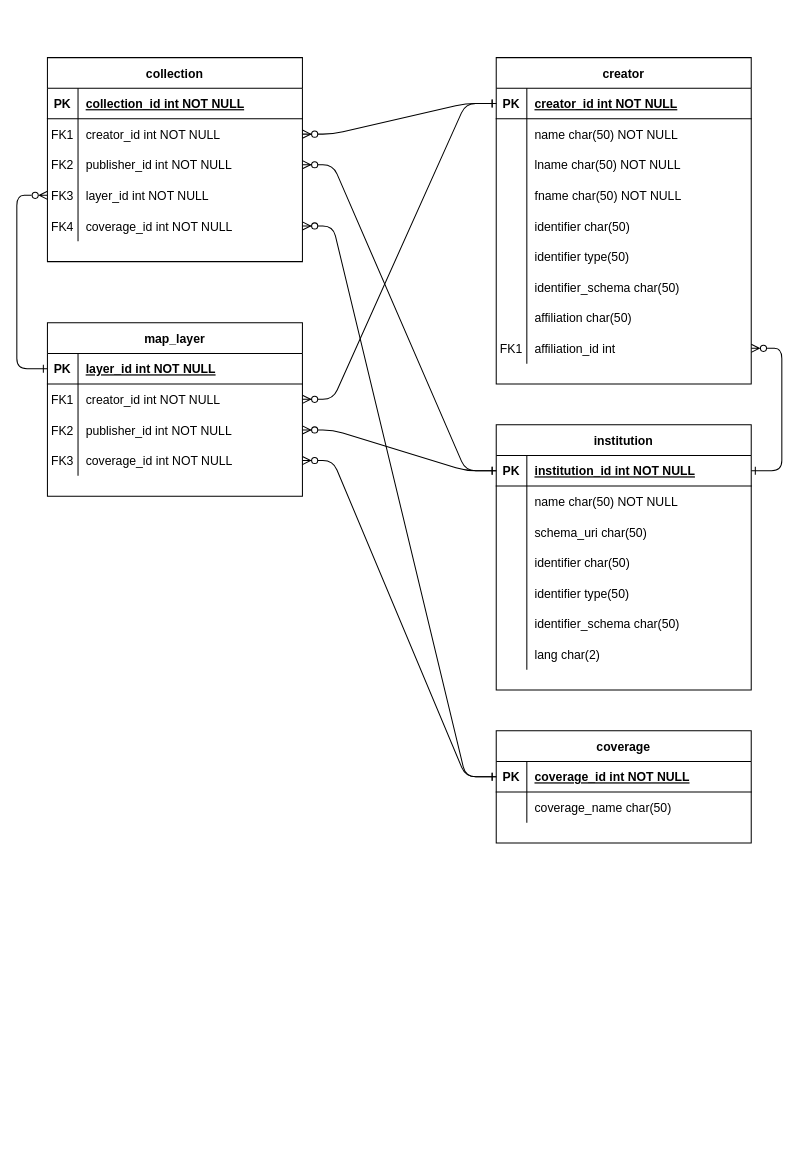
The draw.io diagram figures/relational_metadata.drawio in Geospatial-Digital-Special-Collections/docs, before the edit. Source tidied: cells renumbered, new cells numbered last; positions are measured from the earlier drawing's top-left corner, leaving out a move shared by most shapes. Both pictures are drawn from the tidied source at 102%, with x=0, y=0 at pixel (16, 57).
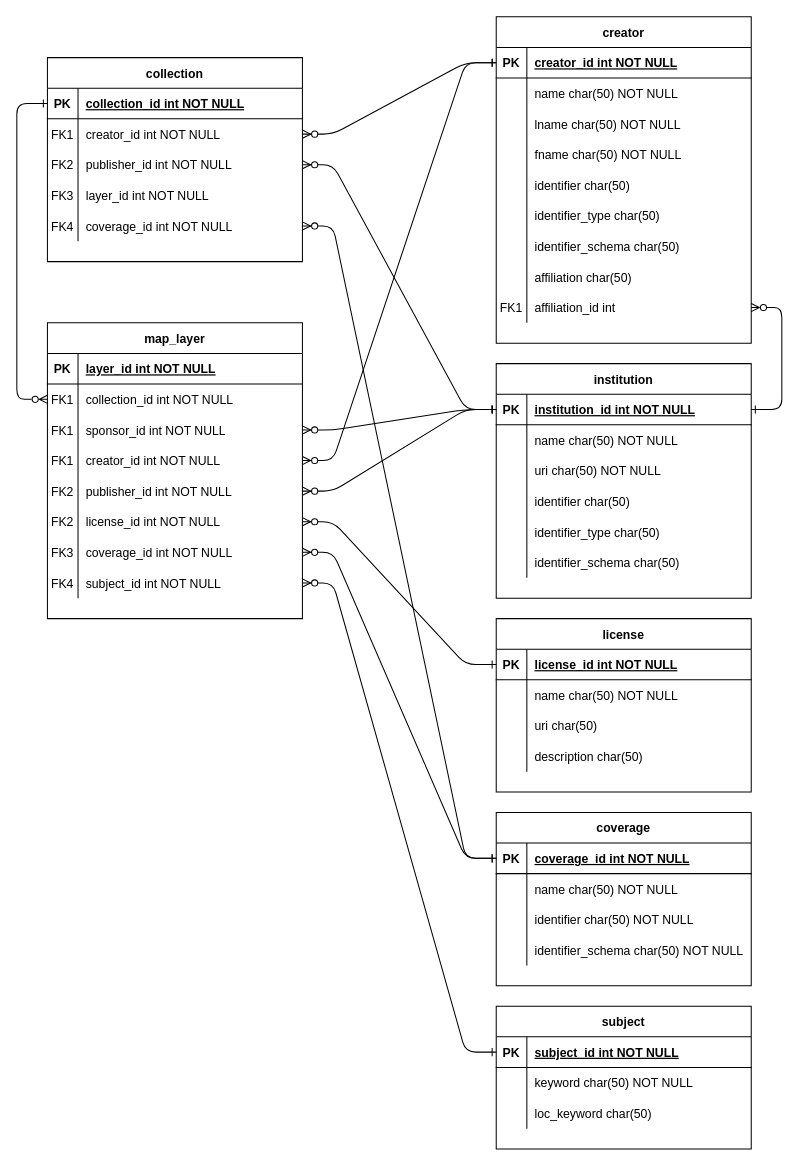
Above is the later version.

Unchanged cells that the change refers to:
```xml
<mxCell id="4" style="shape=partialRectangle;fillColor=none;points=[[0,0.5],[1,0.5]];portConstraint=eastwest;top=0;left=0;right=0;bottom=1;" parent="3" vertex="1">
  <mxGeometry y="30" width="250" height="30" as="geometry" />
</mxCell>
<mxCell id="7" style="shape=partialRectangle;fillColor=none;points=[[0,0.5],[1,0.5]];portConstraint=eastwest;top=0;left=0;right=0;bottom=0;" parent="3" vertex="1">
  <mxGeometry y="60" width="250" height="30" as="geometry" />
</mxCell>
<mxCell id="17" style="shape=partialRectangle;fillColor=none;points=[[0,0.5],[1,0.5]];portConstraint=eastwest;top=0;left=0;right=0;bottom=1;" parent="16" vertex="1">
  <mxGeometry y="30" width="250" height="30" as="geometry" />
</mxCell>
<mxCell id="26" style="shape=partialRectangle;fillColor=none;points=[[0,0.5],[1,0.5]];portConstraint=eastwest;top=0;left=0;right=0;bottom=0;" parent="16" vertex="1">
  <mxGeometry y="120" width="250" height="30" as="geometry" />
</mxCell>
<mxCell id="33" style="shape=partialRectangle;fillColor=none;points=[[0,0.5],[1,0.5]];portConstraint=eastwest;top=0;left=0;right=0;bottom=1;" parent="32" vertex="1">
  <mxGeometry y="30" width="250" height="30" as="geometry" />
</mxCell>
<mxCell id="48" style="shape=partialRectangle;fillColor=none;top=0;left=0;right=0;bottom=0;" parent="32" vertex="1">
  <mxGeometry y="180" width="250" height="30" as="geometry" />
</mxCell>
<mxCell id="61" style="shape=partialRectangle;fillColor=none;points=[[0,0.5],[1,0.5]];portConstraint=eastwest;top=0;left=0;right=0;bottom=1;" parent="60" vertex="1">
  <mxGeometry y="30" width="250" height="30" as="geometry" />
</mxCell>
<mxCell id="67" style="shape=partialRectangle;fillColor=none;top=0;left=0;right=0;bottom=0;" parent="60" vertex="1">
  <mxGeometry y="90" width="250" height="30" as="geometry" />
</mxCell>
<mxCell id="73" style="shape=partialRectangle;fillColor=none;top=0;left=0;right=0;bottom=0;" parent="60" vertex="1">
  <mxGeometry y="150" width="250" height="30" as="geometry" />
</mxCell>
<mxCell id="87" style="shape=partialRectangle;fillColor=none;top=0;left=0;right=0;bottom=0;" parent="83" vertex="1">
  <mxGeometry y="60" width="250" height="30" as="geometry" />
</mxCell>
```

Diff of the diagram source:
```diff
@@
-    <mxCell id="2" style="edgeStyle=entityRelationEdgeStyle;endArrow=ERzeroToMany;startArrow=ERone;endFill=1;startFill=0;" parent="1" edge="1" source="33" target="7">
+    <mxCell id="2" style="edgeStyle=entityRelationEdgeStyle;endArrow=ERzeroToMany;startArrow=ERone;endFill=1;startFill=0;entryX=1;entryY=0.5;entryDx=0;entryDy=0;" parent="1" edge="1" source="33" target="99">
       <mxGeometry relative="1" as="geometry" />
     </mxCell>
     <mxCell id="3" value="map_layer" style="shape=table;startSize=30;childLayout=tableLayout;rowLines=0;fontStyle=1;align=center;" parent="1" vertex="1">
-      <mxGeometry x="30" y="260" width="250" height="170" as="geometry" />
+      <mxGeometry x="30" y="260" width="250" height="290" as="geometry" />
     </mxCell>
@@
-    <mxCell id="9" value="creator_id int NOT NULL" style="shape=partialRectangle;overflow=hidden;fillColor=none;top=0;left=0;bottom=0;right=0;align=left;spacingLeft=6;" parent="7" vertex="1">
+    <mxCell id="9" value="collection_id int NOT NULL" style="shape=partialRectangle;overflow=hidden;fillColor=none;top=0;left=0;bottom=0;right=0;align=left;spacingLeft=6;" parent="7" vertex="1">
       <mxGeometry x="30" width="220" height="30" as="geometry" />
     </mxCell>
+    <mxCell id="96" style="shape=partialRectangle;fillColor=none;points=[[0,0.5],[1,0.5]];portConstraint=eastwest;top=0;left=0;right=0;bottom=0;" parent="3" vertex="1">
+      <mxGeometry y="90" width="250" height="30" as="geometry" />
+    </mxCell>
+    <mxCell id="97" value="FK1" style="shape=partialRectangle;overflow=hidden;fillColor=none;top=0;left=0;bottom=0;right=0;" parent="96" vertex="1">
+      <mxGeometry width="30" height="30" as="geometry" />
+    </mxCell>
+    <mxCell id="98" value="sponsor_id int NOT NULL" style="shape=partialRectangle;overflow=hidden;fillColor=none;top=0;left=0;bottom=0;right=0;align=left;spacingLeft=6;" parent="96" vertex="1">
+      <mxGeometry x="30" width="220" height="30" as="geometry" />
+    </mxCell>
+    <mxCell id="99" style="shape=partialRectangle;fillColor=none;points=[[0,0.5],[1,0.5]];portConstraint=eastwest;top=0;left=0;right=0;bottom=0;" parent="3" vertex="1">
+      <mxGeometry y="120" width="250" height="30" as="geometry" />
+    </mxCell>
+    <mxCell id="100" value="FK1" style="shape=partialRectangle;overflow=hidden;fillColor=none;top=0;left=0;bottom=0;right=0;" parent="99" vertex="1">
+      <mxGeometry width="30" height="30" as="geometry" />
+    </mxCell>
+    <mxCell id="101" value="creator_id int NOT NULL" style="shape=partialRectangle;overflow=hidden;fillColor=none;top=0;left=0;bottom=0;right=0;align=left;spacingLeft=6;" parent="99" vertex="1">
+      <mxGeometry x="30" width="220" height="30" as="geometry" />
+    </mxCell>
     <mxCell id="10" style="shape=partialRectangle;fillColor=none;points=[[0,0.5],[1,0.5]];portConstraint=eastwest;top=0;left=0;right=0;bottom=0;" parent="3" vertex="1">
-      <mxGeometry y="90" width="250" height="30" as="geometry" />
+      <mxGeometry y="150" width="250" height="30" as="geometry" />
     </mxCell>
@@
+    <mxCell id="102" style="shape=partialRectangle;fillColor=none;points=[[0,0.5],[1,0.5]];portConstraint=eastwest;top=0;left=0;right=0;bottom=0;" parent="3" vertex="1">
+      <mxGeometry y="180" width="250" height="30" as="geometry" />
+    </mxCell>
+    <mxCell id="103" value="FK2" style="shape=partialRectangle;overflow=hidden;fillColor=none;top=0;left=0;bottom=0;right=0;" parent="102" vertex="1">
+      <mxGeometry width="30" height="30" as="geometry" />
+    </mxCell>
+    <mxCell id="104" value="license_id int NOT NULL" style="shape=partialRectangle;overflow=hidden;fillColor=none;top=0;left=0;bottom=0;right=0;align=left;spacingLeft=6;" parent="102" vertex="1">
+      <mxGeometry x="30" width="220" height="30" as="geometry" />
+    </mxCell>
     <mxCell id="13" style="shape=partialRectangle;fillColor=none;points=[[0,0.5],[1,0.5]];portConstraint=eastwest;top=0;left=0;right=0;bottom=0;" parent="3" vertex="1">
-      <mxGeometry y="120" width="250" height="30" as="geometry" />
+      <mxGeometry y="210" width="250" height="30" as="geometry" />
     </mxCell>
@@
+    <mxCell id="105" style="shape=partialRectangle;fillColor=none;points=[[0,0.5],[1,0.5]];portConstraint=eastwest;top=0;left=0;right=0;bottom=0;" parent="3" vertex="1">
+      <mxGeometry y="240" width="250" height="30" as="geometry" />
+    </mxCell>
+    <mxCell id="106" value="FK4" style="shape=partialRectangle;overflow=hidden;fillColor=none;top=0;left=0;bottom=0;right=0;" parent="105" vertex="1">
+      <mxGeometry width="30" height="30" as="geometry" />
+    </mxCell>
+    <mxCell id="107" value="subject_id int NOT NULL" style="shape=partialRectangle;overflow=hidden;fillColor=none;top=0;left=0;bottom=0;right=0;align=left;spacingLeft=6;" parent="105" vertex="1">
+      <mxGeometry x="30" width="220" height="30" as="geometry" />
+    </mxCell>
@@
     <mxCell id="32" value="creator" style="shape=table;startSize=30;childLayout=tableLayout;rowLines=0;fontStyle=1;align=center;" parent="1" vertex="1">
-      <mxGeometry x="470" width="250" height="320" as="geometry" />
+      <mxGeometry x="470" y="-40" width="250" height="320" as="geometry" />
     </mxCell>
@@
-    <mxCell id="50" value="identifier type(50)" style="shape=partialRectangle;overflow=hidden;fillColor=none;top=0;left=0;bottom=0;right=0;align=left;spacingLeft=6;" parent="48" vertex="1">
+    <mxCell id="50" value="identifier_type char(50)" style="shape=partialRectangle;overflow=hidden;fillColor=none;top=0;left=0;bottom=0;right=0;align=left;spacingLeft=6;" parent="48" vertex="1">
       <mxGeometry x="30" width="220" height="30" as="geometry" />
     </mxCell>
@@
     <mxCell id="60" value="institution" style="shape=table;startSize=30;childLayout=tableLayout;rowLines=0;fontStyle=1;align=center;" parent="1" vertex="1">
-      <mxGeometry x="470" y="360" width="250" height="260" as="geometry" />
+      <mxGeometry x="470" y="300" width="250" height="230" as="geometry" />
     </mxCell>
@@
-    <mxCell id="69" value="schema_uri char(50)" style="shape=partialRectangle;overflow=hidden;fillColor=none;top=0;left=0;bottom=0;right=0;align=left;spacingLeft=6;" parent="67" vertex="1">
+    <mxCell id="69" value="uri char(50) NOT NULL" style="shape=partialRectangle;overflow=hidden;fillColor=none;top=0;left=0;bottom=0;right=0;align=left;spacingLeft=6;" parent="67" vertex="1">
       <mxGeometry x="30" width="220" height="30" as="geometry" />
     </mxCell>
@@
-    <mxCell id="75" value="identifier type(50)" style="shape=partialRectangle;overflow=hidden;fillColor=none;top=0;left=0;bottom=0;right=0;align=left;spacingLeft=6;" parent="73" vertex="1">
+    <mxCell id="75" value="identifier_type char(50)" style="shape=partialRectangle;overflow=hidden;fillColor=none;top=0;left=0;bottom=0;right=0;align=left;spacingLeft=6;" parent="73" vertex="1">
       <mxGeometry x="30" width="220" height="30" as="geometry" />
     </mxCell>
@@
-    <mxCell id="79" style="shape=partialRectangle;fillColor=none;top=0;left=0;right=0;bottom=0;" parent="60" vertex="1">
-      <mxGeometry y="210" width="250" height="30" as="geometry" />
-    </mxCell>
-    <mxCell id="80" style="shape=partialRectangle;overflow=hidden;fillColor=none;top=0;left=0;bottom=0;right=0;" parent="79" vertex="1">
-      <mxGeometry width="30" height="30" as="geometry" />
-    </mxCell>
-    <mxCell id="81" value="lang char(2)" style="shape=partialRectangle;overflow=hidden;fillColor=none;top=0;left=0;bottom=0;right=0;align=left;spacingLeft=6;" parent="79" vertex="1">
-      <mxGeometry x="30" width="220" height="30" as="geometry" />
-    </mxCell>
@@
     <mxCell id="83" value="coverage" style="shape=table;startSize=30;childLayout=tableLayout;rowLines=0;fontStyle=1;align=center;" parent="1" vertex="1">
-      <mxGeometry x="470" y="660" width="250" height="110" as="geometry" />
+      <mxGeometry x="470" y="740" width="250" height="170" as="geometry" />
     </mxCell>
@@
-    <mxCell id="89" value="coverage_name char(50)" style="shape=partialRectangle;overflow=hidden;fillColor=none;top=0;left=0;bottom=0;right=0;align=left;spacingLeft=6;" parent="87" vertex="1">
+    <mxCell id="89" value="name char(50) NOT NULL" style="shape=partialRectangle;overflow=hidden;fillColor=none;top=0;left=0;bottom=0;right=0;align=left;spacingLeft=6;" parent="87" vertex="1">
       <mxGeometry x="30" width="220" height="30" as="geometry" />
     </mxCell>
+    <mxCell id="108" style="shape=partialRectangle;fillColor=none;top=0;left=0;right=0;bottom=0;" parent="83" vertex="1">
+      <mxGeometry y="90" width="250" height="30" as="geometry" />
+    </mxCell>
+    <mxCell id="109" style="shape=partialRectangle;overflow=hidden;fillColor=none;top=0;left=0;bottom=0;right=0;" parent="108" vertex="1">
+      <mxGeometry width="30" height="30" as="geometry" />
+    </mxCell>
+    <mxCell id="110" value="identifier char(50) NOT NULL" style="shape=partialRectangle;overflow=hidden;fillColor=none;top=0;left=0;bottom=0;right=0;align=left;spacingLeft=6;" parent="108" vertex="1">
+      <mxGeometry x="30" width="220" height="30" as="geometry" />
+    </mxCell>
+    <mxCell id="111" style="shape=partialRectangle;fillColor=none;top=0;left=0;right=0;bottom=0;" parent="83" vertex="1">
+      <mxGeometry y="120" width="250" height="30" as="geometry" />
+    </mxCell>
+    <mxCell id="112" style="shape=partialRectangle;overflow=hidden;fillColor=none;top=0;left=0;bottom=0;right=0;" parent="111" vertex="1">
+      <mxGeometry width="30" height="30" as="geometry" />
+    </mxCell>
+    <mxCell id="113" value="identifier_schema char(50) NOT NULL" style="shape=partialRectangle;overflow=hidden;fillColor=none;top=0;left=0;bottom=0;right=0;align=left;spacingLeft=6;" parent="111" vertex="1">
+      <mxGeometry x="30" width="220" height="30" as="geometry" />
+    </mxCell>
@@
-    <mxCell id="93" style="edgeStyle=orthogonalEdgeStyle;rounded=1;jettySize=auto;html=1;exitX=0;exitY=0.5;exitDx=0;exitDy=0;entryX=0;entryY=0.5;entryDx=0;entryDy=0;endArrow=ERzeroToMany;endFill=0;startArrow=ERone;startFill=0;curved=0;" parent="1" edge="1" source="4" target="26">
+    <mxCell id="93" style="edgeStyle=orthogonalEdgeStyle;rounded=1;jettySize=auto;html=1;exitX=0;exitY=0.5;exitDx=0;exitDy=0;endArrow=ERzeroToMany;endFill=0;startArrow=ERone;startFill=0;curved=0;entryX=0;entryY=0.5;entryDx=0;entryDy=0;" parent="1" edge="1" source="17" target="7">
       <mxGeometry relative="1" as="geometry">
         <Array as="points">
-          <mxPoint y="305" />
-          <mxPoint y="135" />
+          <mxPoint y="45" />
+          <mxPoint y="335" />
         </Array>
       </mxGeometry>
     </mxCell>
@@
+    <mxCell id="114" value="subject" style="shape=table;startSize=30;childLayout=tableLayout;rowLines=0;fontStyle=1;align=center;" parent="1" vertex="1">
+      <mxGeometry x="470" y="930" width="250" height="140" as="geometry" />
+    </mxCell>
+    <mxCell id="115" style="shape=partialRectangle;fillColor=none;points=[[0,0.5],[1,0.5]];portConstraint=eastwest;top=0;left=0;right=0;bottom=1;" parent="114" vertex="1">
+      <mxGeometry y="30" width="250" height="30" as="geometry" />
+    </mxCell>
+    <mxCell id="116" value="PK" style="shape=partialRectangle;overflow=hidden;fillColor=none;top=0;left=0;bottom=0;right=0;fontStyle=1;" parent="115" vertex="1">
+      <mxGeometry width="30" height="30" as="geometry" />
+    </mxCell>
+    <mxCell id="117" value="subject_id int NOT NULL " style="shape=partialRectangle;overflow=hidden;fillColor=none;top=0;left=0;bottom=0;right=0;align=left;spacingLeft=6;fontStyle=5;" parent="115" vertex="1">
+      <mxGeometry x="30" width="220" height="30" as="geometry" />
+    </mxCell>
+    <mxCell id="118" style="shape=partialRectangle;fillColor=none;top=0;left=0;right=0;bottom=0;" parent="114" vertex="1">
+      <mxGeometry y="60" width="250" height="30" as="geometry" />
+    </mxCell>
+    <mxCell id="119" style="shape=partialRectangle;overflow=hidden;fillColor=none;top=0;left=0;bottom=0;right=0;" parent="118" vertex="1">
+      <mxGeometry width="30" height="30" as="geometry" />
+    </mxCell>
+    <mxCell id="120" value="keyword char(50) NOT NULL" style="shape=partialRectangle;overflow=hidden;fillColor=none;top=0;left=0;bottom=0;right=0;align=left;spacingLeft=6;" parent="118" vertex="1">
+      <mxGeometry x="30" width="220" height="30" as="geometry" />
+    </mxCell>
+    <mxCell id="121" style="shape=partialRectangle;fillColor=none;top=0;left=0;right=0;bottom=0;" parent="114" vertex="1">
+      <mxGeometry y="90" width="250" height="30" as="geometry" />
+    </mxCell>
+    <mxCell id="122" style="shape=partialRectangle;overflow=hidden;fillColor=none;top=0;left=0;bottom=0;right=0;" parent="121" vertex="1">
+      <mxGeometry width="30" height="30" as="geometry" />
+    </mxCell>
+    <mxCell id="123" value="loc_keyword char(50)" style="shape=partialRectangle;overflow=hidden;fillColor=none;top=0;left=0;bottom=0;right=0;align=left;spacingLeft=6;" parent="121" vertex="1">
+      <mxGeometry x="30" width="220" height="30" as="geometry" />
+    </mxCell>
+    <mxCell id="124" style="edgeStyle=entityRelationEdgeStyle;endArrow=ERzeroToMany;startArrow=ERone;endFill=1;startFill=0;exitX=0;exitY=0.5;exitDx=0;exitDy=0;entryX=1;entryY=0.5;entryDx=0;entryDy=0;" parent="1" edge="1" source="115" target="105">
+      <mxGeometry relative="1" as="geometry" />
+    </mxCell>
+    <mxCell id="125" style="edgeStyle=entityRelationEdgeStyle;endArrow=ERzeroToMany;startArrow=ERone;endFill=1;startFill=0;entryX=1;entryY=0.5;entryDx=0;entryDy=0;exitX=0;exitY=0.5;exitDx=0;exitDy=0;" parent="1" edge="1" source="61" target="96">
+      <mxGeometry relative="1" as="geometry" />
+    </mxCell>
+    <mxCell id="126" value="license" style="shape=table;startSize=30;childLayout=tableLayout;rowLines=0;fontStyle=1;align=center;" parent="1" vertex="1">
+      <mxGeometry x="470" y="550" width="250" height="170" as="geometry" />
+    </mxCell>
+    <mxCell id="127" style="shape=partialRectangle;fillColor=none;points=[[0,0.5],[1,0.5]];portConstraint=eastwest;top=0;left=0;right=0;bottom=1;" parent="126" vertex="1">
+      <mxGeometry y="30" width="250" height="30" as="geometry" />
+    </mxCell>
+    <mxCell id="128" value="PK" style="shape=partialRectangle;overflow=hidden;fillColor=none;top=0;left=0;bottom=0;right=0;fontStyle=1;" parent="127" vertex="1">
+      <mxGeometry width="30" height="30" as="geometry" />
+    </mxCell>
+    <mxCell id="129" value="license_id int NOT NULL " style="shape=partialRectangle;overflow=hidden;fillColor=none;top=0;left=0;bottom=0;right=0;align=left;spacingLeft=6;fontStyle=5;" parent="127" vertex="1">
+      <mxGeometry x="30" width="220" height="30" as="geometry" />
+    </mxCell>
+    <mxCell id="130" style="shape=partialRectangle;fillColor=none;top=0;left=0;right=0;bottom=0;" parent="126" vertex="1">
+      <mxGeometry y="60" width="250" height="30" as="geometry" />
+    </mxCell>
+    <mxCell id="131" style="shape=partialRectangle;overflow=hidden;fillColor=none;top=0;left=0;bottom=0;right=0;" parent="130" vertex="1">
+      <mxGeometry width="30" height="30" as="geometry" />
+    </mxCell>
+    <mxCell id="132" value="name char(50) NOT NULL" style="shape=partialRectangle;overflow=hidden;fillColor=none;top=0;left=0;bottom=0;right=0;align=left;spacingLeft=6;" parent="130" vertex="1">
+      <mxGeometry x="30" width="220" height="30" as="geometry" />
+    </mxCell>
+    <mxCell id="133" style="shape=partialRectangle;fillColor=none;top=0;left=0;right=0;bottom=0;" parent="126" vertex="1">
+      <mxGeometry y="90" width="250" height="30" as="geometry" />
+    </mxCell>
+    <mxCell id="134" style="shape=partialRectangle;overflow=hidden;fillColor=none;top=0;left=0;bottom=0;right=0;" parent="133" vertex="1">
+      <mxGeometry width="30" height="30" as="geometry" />
+    </mxCell>
+    <mxCell id="135" value="uri char(50)" style="shape=partialRectangle;overflow=hidden;fillColor=none;top=0;left=0;bottom=0;right=0;align=left;spacingLeft=6;" parent="133" vertex="1">
+      <mxGeometry x="30" width="220" height="30" as="geometry" />
+    </mxCell>
+    <mxCell id="136" style="shape=partialRectangle;fillColor=none;top=0;left=0;right=0;bottom=0;" parent="126" vertex="1">
+      <mxGeometry y="120" width="250" height="30" as="geometry" />
+    </mxCell>
+    <mxCell id="137" style="shape=partialRectangle;overflow=hidden;fillColor=none;top=0;left=0;bottom=0;right=0;" parent="136" vertex="1">
+      <mxGeometry width="30" height="30" as="geometry" />
+    </mxCell>
+    <mxCell id="138" value="description char(50)" style="shape=partialRectangle;overflow=hidden;fillColor=none;top=0;left=0;bottom=0;right=0;align=left;spacingLeft=6;" parent="136" vertex="1">
+      <mxGeometry x="30" width="220" height="30" as="geometry" />
+    </mxCell>
+    <mxCell id="139" style="edgeStyle=entityRelationEdgeStyle;endArrow=ERzeroToMany;startArrow=ERone;endFill=1;startFill=0;exitX=0;exitY=0.5;exitDx=0;exitDy=0;entryX=1;entryY=0.5;entryDx=0;entryDy=0;" parent="1" edge="1" source="127" target="102">
+      <mxGeometry relative="1" as="geometry" />
+    </mxCell>
```
